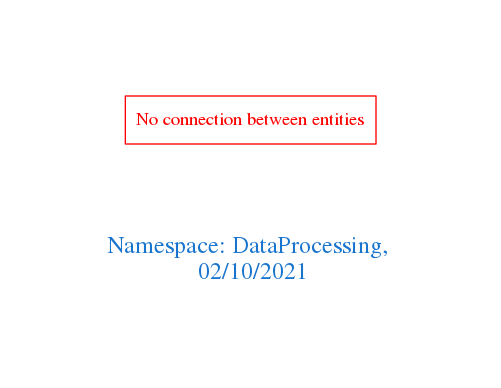
Above: downloads/DataProcessing.png in arago/OGIT (Graphviz), before the change. Its source is kept beside it as downloads/DataProcessing.dot.
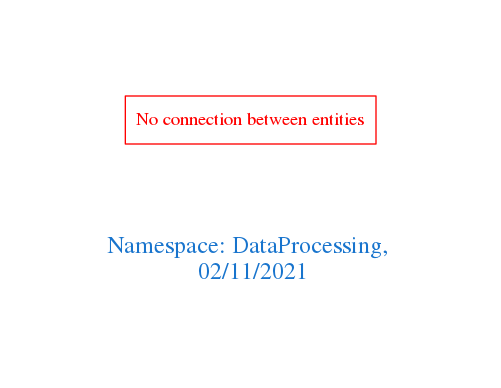
The same diagram one commit later.

Change to the diagram source:
```diff
@@ -1,7 +1,7 @@
 digraph OGIT_ontology {
  graph [ rankdir= LR,pad=1
 fontsize = 18,
-fontcolor= dodgerblue3,label = "\n\n\nNamespace: DataProcessing, \n 02/10/2021"];
+fontcolor= dodgerblue3,label = "\n\n\nNamespace: DataProcessing, \n 02/11/2021"];
 node[shape=polygon];
 edge [  color="gray81"];
 
```
